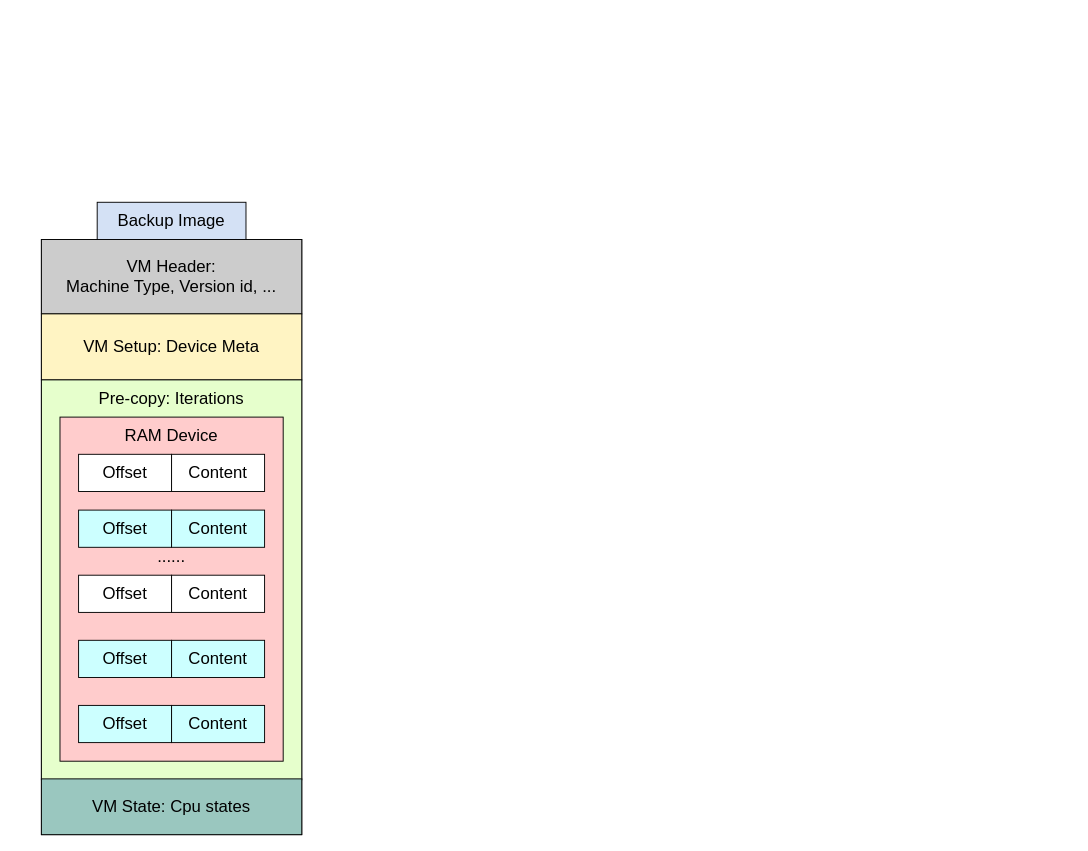
Earlier version of the draw.io diagram qemu-migration/final/backup img + replay 3.drawio (xuyizhe1999/drawio). Source tidied: cells renumbered, new cells numbered last; positions are measured from the earlier drawing's top-left corner, leaving out a move shared by most shapes. Both pictures are drawn from the tidied source at 93%, with x=0, y=0 at pixel (41, 202).
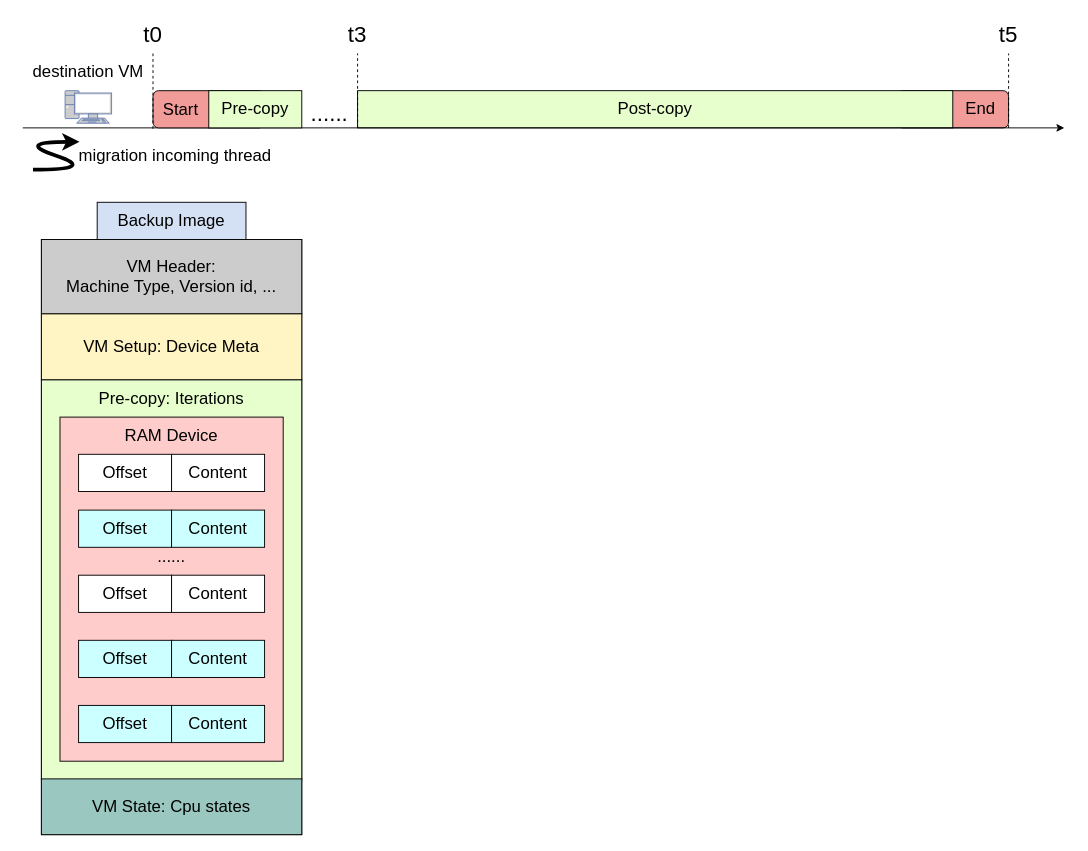
The same diagram, later.

Diff of the diagram source:
```diff
@@
+    <mxCell id="22" style="rounded=1;whiteSpace=wrap;html=1;fontSize=18;fillColor=#F19C99;" parent="1" vertex="1">
+      <mxGeometry x="920" y="-120" width="120" height="40" as="geometry" />
+    </mxCell>
+    <mxCell id="23" value="Post-copy" style="rounded=0;whiteSpace=wrap;html=1;fontSize=18;fillColor=#E6FFCC;" parent="1" vertex="1">
+      <mxGeometry x="340" y="-120" width="640" height="40" as="geometry" />
+    </mxCell>
+    <mxCell id="24" value="&lt;font style=&quot;font-size: 18px;&quot;&gt;End&lt;/font&gt;" style="text;html=1;strokeColor=none;fillColor=none;align=center;verticalAlign=middle;whiteSpace=wrap;rounded=0;" parent="1" vertex="1">
+      <mxGeometry x="980" y="-115" width="60" height="30" as="geometry" />
+    </mxCell>
+    <mxCell id="25" style="endArrow=none;html=1;rounded=0;dashed=1;" parent="1" edge="1">
+      <mxGeometry relative="1" as="geometry">
+        <mxPoint x="1040" y="-80" as="sourcePoint" />
+        <mxPoint x="1040" y="-160" as="targetPoint" />
+      </mxGeometry>
+    </mxCell>
+    <mxCell id="26" value="&lt;span style=&quot;font-size: 24px;&quot;&gt;t3&lt;/span&gt;" style="text;html=1;strokeColor=none;fillColor=none;align=center;verticalAlign=middle;whiteSpace=wrap;rounded=0;" parent="1" vertex="1">
+      <mxGeometry x="320" y="-200" width="40" height="40" as="geometry" />
+    </mxCell>
+    <mxCell id="27" style="endArrow=none;html=1;rounded=0;dashed=1;" parent="1" edge="1">
+      <mxGeometry relative="1" as="geometry">
+        <mxPoint x="340" y="-80" as="sourcePoint" />
+        <mxPoint x="340" y="-160" as="targetPoint" />
+      </mxGeometry>
+    </mxCell>
+    <mxCell id="28" value="&lt;span style=&quot;font-size: 24px;&quot;&gt;t5&lt;/span&gt;" style="text;html=1;strokeColor=none;fillColor=none;align=center;verticalAlign=middle;whiteSpace=wrap;rounded=0;" parent="1" vertex="1">
+      <mxGeometry x="1020" y="-200" width="40" height="40" as="geometry" />
+    </mxCell>
+    <mxCell id="29" style="endArrow=classic;html=1;rounded=0;fontSize=18;" parent="1" edge="1">
+      <mxGeometry relative="1" as="geometry">
+        <mxPoint x="-20" y="-80" as="sourcePoint" />
+        <mxPoint x="1100" y="-80" as="targetPoint" />
+      </mxGeometry>
+    </mxCell>
+    <mxCell id="30" style="fontColor=#0066CC;verticalAlign=top;verticalLabelPosition=bottom;labelPosition=center;align=center;html=1;fillColor=#CCCCCC;strokeColor=#6881B3;gradientColor=none;gradientDirection=north;strokeWidth=2;shape=mxgraph.networks.pc;fontSize=18;" parent="1" vertex="1">
+      <mxGeometry x="25.5" y="-120" width="50" height="35" as="geometry" />
+    </mxCell>
+    <mxCell id="31" value="destination VM" style="text;html=1;strokeColor=none;fillColor=none;align=center;verticalAlign=middle;whiteSpace=wrap;rounded=0;fontSize=18;" parent="1" vertex="1">
+      <mxGeometry x="-19" y="-160" width="139" height="40" as="geometry" />
+    </mxCell>
+    <mxCell id="32" value="&lt;font style=&quot;font-size: 18px;&quot;&gt;migration incoming thread&lt;/font&gt;" style="text;html=1;strokeColor=none;fillColor=none;align=center;verticalAlign=middle;whiteSpace=wrap;rounded=0;" parent="1" vertex="1">
+      <mxGeometry x="28" y="-70" width="232" height="40" as="geometry" />
+    </mxCell>
+    <mxCell id="33" style="curved=1;endArrow=classic;html=1;rounded=0;strokeWidth=4;" parent="1" edge="1">
+      <mxGeometry relative="1" as="geometry">
+        <mxPoint x="-9" y="-35" as="sourcePoint" />
+        <mxPoint x="41" y="-65" as="targetPoint" />
+        <Array as="points">
+          <mxPoint x="61" y="-35" />
+          <mxPoint x="-29" y="-65" />
+        </Array>
+      </mxGeometry>
+    </mxCell>
+    <mxCell id="34" style="rounded=1;whiteSpace=wrap;html=1;fillColor=#F19C99;" parent="1" vertex="1">
+      <mxGeometry x="120" y="-120" width="120" height="40" as="geometry" />
+    </mxCell>
+    <mxCell id="35" value="&lt;font style=&quot;font-size: 18px;&quot;&gt;Start&lt;/font&gt;" style="text;html=1;strokeColor=none;fillColor=none;align=center;verticalAlign=middle;whiteSpace=wrap;rounded=0;" parent="1" vertex="1">
+      <mxGeometry x="120" y="-114" width="60" height="30" as="geometry" />
+    </mxCell>
+    <mxCell id="36" style="endArrow=none;html=1;rounded=0;dashed=1;" parent="1" edge="1">
+      <mxGeometry relative="1" as="geometry">
+        <mxPoint x="120" y="-79" as="sourcePoint" />
+        <mxPoint x="120" y="-160" as="targetPoint" />
+      </mxGeometry>
+    </mxCell>
+    <mxCell id="37" value="&lt;span style=&quot;font-size: 24px;&quot;&gt;t0&lt;/span&gt;" style="text;html=1;strokeColor=none;fillColor=none;align=center;verticalAlign=middle;whiteSpace=wrap;rounded=0;" parent="1" vertex="1">
+      <mxGeometry x="100" y="-200" width="40" height="40" as="geometry" />
+    </mxCell>
+    <mxCell id="38" value="Pre-copy" style="rounded=0;whiteSpace=wrap;html=1;fontSize=18;fillColor=#E6FFCC;" parent="1" vertex="1">
+      <mxGeometry x="180" y="-120" width="100" height="40" as="geometry" />
+    </mxCell>
+    <mxCell id="39" value="&lt;font style=&quot;font-size: 24px;&quot;&gt;......&lt;/font&gt;" style="text;html=1;strokeColor=none;fillColor=none;align=center;verticalAlign=middle;whiteSpace=wrap;rounded=0;" parent="1" vertex="1">
+      <mxGeometry x="280" y="-110" width="60" height="30" as="geometry" />
+    </mxCell>
```
